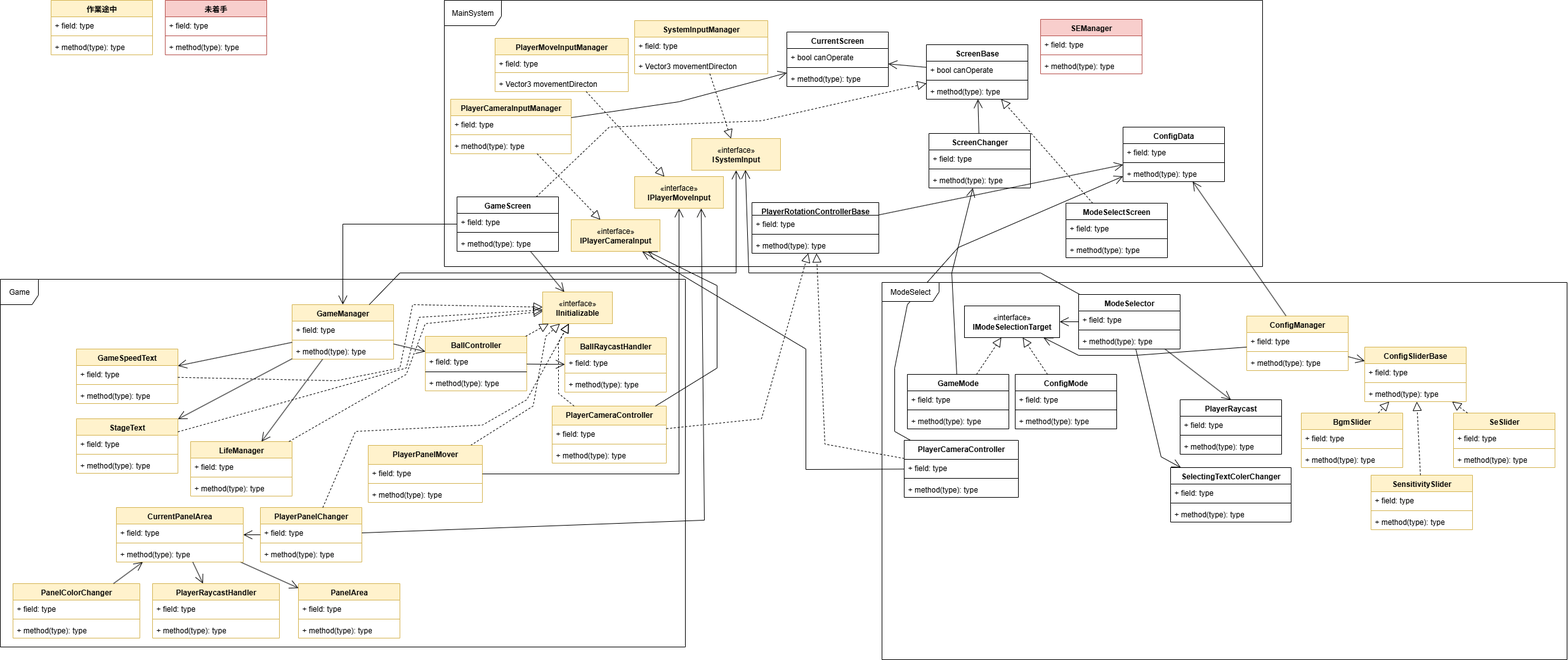
UzukiAlto/3DBreakout keeps this draw.io diagram as BreakOut.drawio.png. Above is the earlier version. Source tidied: cells renumbered, new cells last; positions are measured from the earlier drawing's top-left corner, leaving out a move shared by most shapes.
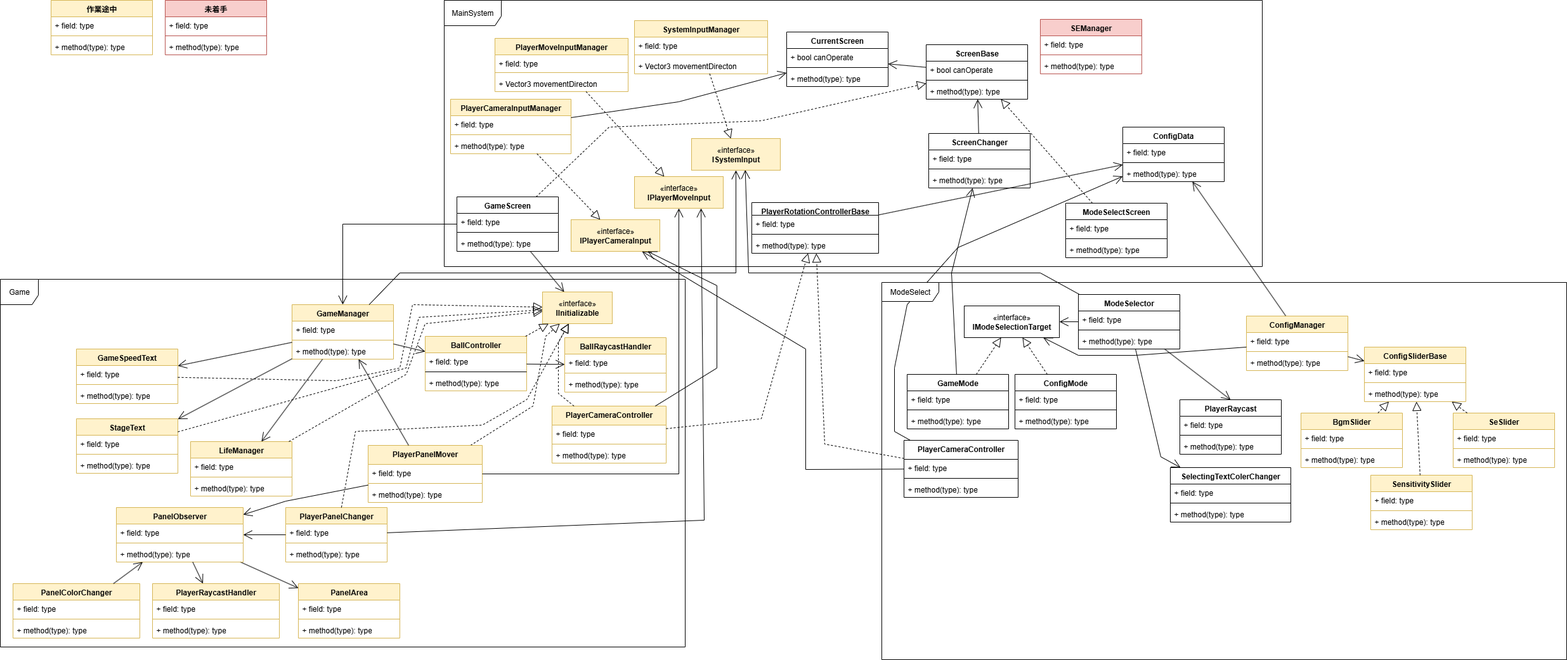
The same file after the commit.

Change to the diagram source:
```diff
@@ -309,7 +309,7 @@
       </mxGeometry>
     </mxCell>
     <mxCell id="88" value="PlayerPanelChanger" style="swimlane;fontStyle=1;align=center;verticalAlign=top;horizontal=1;startSize=26;whiteSpace=wrap;html=1;fillColor=#fff2cc;strokeColor=#d6b656;" parent="1" vertex="1">
-      <mxGeometry x="410" y="800" width="160" height="86" as="geometry" />
+      <mxGeometry x="450" y="800" width="160" height="86" as="geometry" />
     </mxCell>
     <mxCell id="89" value="+ field: type" style="text;strokeColor=none;fillColor=none;align=left;verticalAlign=top;spacingLeft=4;spacingRight=4;overflow=hidden;whiteSpace=wrap;html=1;" parent="88" vertex="1">
       <mxGeometry y="26" width="160" height="26" as="geometry" />
@@ -685,7 +685,7 @@
     <mxCell id="195" style="endArrow=open;endFill=1;endSize=12;html=1;rounded=0;" parent="1" edge="1" source="196" target="191">
       <mxGeometry relative="1" as="geometry" />
     </mxCell>
-    <mxCell id="196" value="CurrentPanelArea&lt;div&gt;&lt;br&gt;&lt;/div&gt;" style="swimlane;fontStyle=1;align=center;verticalAlign=top;horizontal=1;startSize=26;whiteSpace=wrap;html=1;fillColor=#fff2cc;strokeColor=#d6b656;" parent="1" vertex="1">
+    <mxCell id="196" value="&lt;div&gt;PanelObserver&lt;/div&gt;" style="swimlane;fontStyle=1;align=center;verticalAlign=top;horizontal=1;startSize=26;whiteSpace=wrap;html=1;fillColor=#fff2cc;strokeColor=#d6b656;" parent="1" vertex="1">
       <mxGeometry x="183" y="800" width="200" height="86" as="geometry" />
     </mxCell>
     <mxCell id="197" value="+ field: type" style="text;strokeColor=none;fillColor=none;align=left;verticalAlign=top;spacingLeft=4;spacingRight=4;overflow=hidden;whiteSpace=wrap;html=1;" parent="196" vertex="1">
@@ -715,5 +715,15 @@
     <mxCell id="205" style="endArrow=open;endFill=1;endSize=12;html=1;rounded=0;" parent="1" edge="1" source="201" target="196">
       <mxGeometry relative="1" as="geometry" />
     </mxCell>
+    <mxCell id="206" style="endArrow=open;endFill=1;endSize=12;html=1;rounded=0;" parent="1" edge="1" source="74" target="196">
+      <mxGeometry relative="1" as="geometry">
+        <Array as="points">
+          <mxPoint x="450" y="790" />
+        </Array>
+      </mxGeometry>
+    </mxCell>
+    <mxCell id="207" style="endArrow=open;endFill=1;endSize=12;html=1;rounded=0;" parent="1" edge="1" source="74" target="55">
+      <mxGeometry relative="1" as="geometry" />
+    </mxCell>
   </root>
 </mxGraphModel>
```
